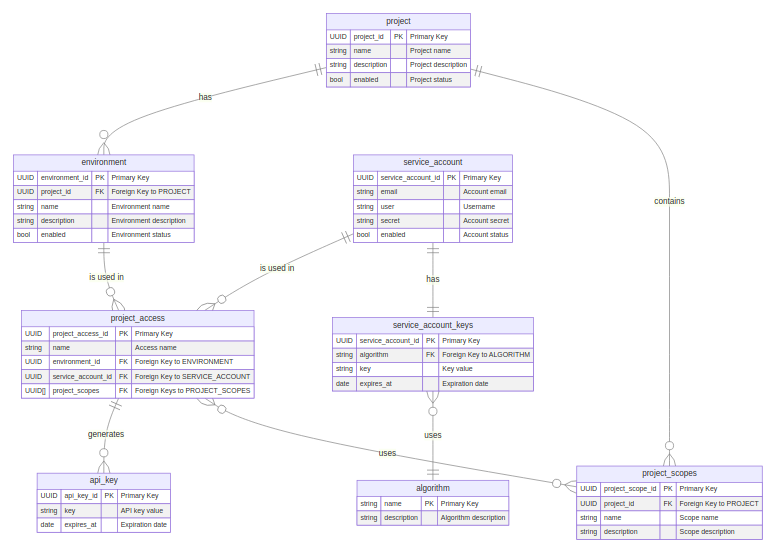
Above: docs/erd/erd.png in refactorartist/buraq (Mermaid), before the change. Its source is kept beside it as docs/erd/erd.mmd. The source it was exported from:
```mermaid
erDiagram
    algorithm {
        string name PK "Primary Key"
        string description "Algorithm description"
    }

    api_key {
        UUID api_key_id PK "Primary Key"
        string key "API key value"
        date expires_at "Expiration date"
    }

    environment {
        UUID environment_id PK "Primary Key"
        UUID project_id FK "Foreign Key to PROJECT"
        string name "Environment name"
        string description "Environment description"
        bool enabled "Environment status"
    }

    project {
        UUID project_id PK "Primary Key"
        string name "Project name"
        string description "Project description"
        bool enabled "Project status"
    }

    project_access {
        UUID project_access_id PK "Primary Key"
        string name "Access name"
        UUID environment_id FK "Foreign Key to ENVIRONMENT"
        UUID service_account_id FK "Foreign Key to SERVICE_ACCOUNT"
        UUID[] project_scopes FK "Foreign Keys to PROJECT_SCOPES"
    }

    project_scopes {
        UUID project_scope_id PK "Primary Key"
        UUID project_id FK "Foreign Key to PROJECT"
        string name "Scope name"
        string description "Scope description"
    }

    service_account {
        UUID service_account_id PK "Primary Key"
        string email "Account email"
        string user "Username"
        string secret "Account secret"
        bool enabled "Account status"
    }

    service_account_keys {
        UUID service_account_id PK "Primary Key"
        string algorithm FK "Foreign Key to ALGORITHM"
        string key "Key value"
        date expires_at "Expiration date"
    }

    project ||--o{ environment : "has"
    project ||--o{ project_scopes : "contains"
    service_account ||--o{ project_access : "is used in"
    service_account ||--|| service_account_keys : "has"
    environment ||--o{ project_access : "is used in"
    project_access ||--o{ api_key : "generates"
    project_access }o--o{ project_scopes : "uses"
    service_account_keys }o--|| algorithm : "uses"
```
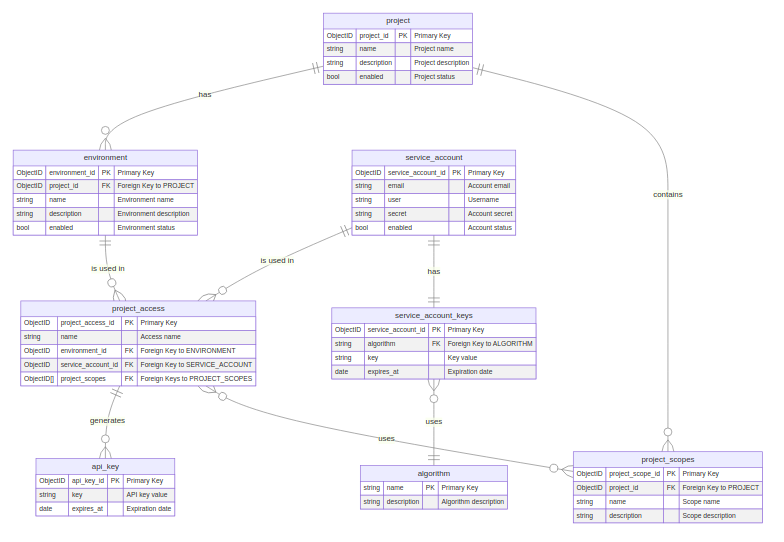
Later version of the same file.

Commit message:
Update ERD to use ObjectID for primary and foreign keys

Modified the entity-relationship diagram (ERD) in `erd.mmd` to replace UUID types with ObjectID for primary and foreign key fields. Updated the README to clarify the command for regenerating the diagram. This change aligns the schema with MongoDB standards and improves consistency across the project.

What changed in the source:
```diff
@@ -5,43 +5,43 @@
     }
 
     api_key {
-        UUID api_key_id PK "Primary Key"
+        ObjectID api_key_id PK "Primary Key"
         string key "API key value"
         date expires_at "Expiration date"
     }
 
     environment {
-        UUID environment_id PK "Primary Key"
-        UUID project_id FK "Foreign Key to PROJECT"
+        ObjectID environment_id PK "Primary Key"
+        ObjectID project_id FK "Foreign Key to PROJECT"
         string name "Environment name"
         string description "Environment description"
         bool enabled "Environment status"
     }
 
     project {
-        UUID project_id PK "Primary Key"
+        ObjectID project_id PK "Primary Key"
         string name "Project name"
         string description "Project description"
         bool enabled "Project status"
     }
 
     project_access {
-        UUID project_access_id PK "Primary Key"
+        ObjectID project_access_id PK "Primary Key"
         string name "Access name"
-        UUID environment_id FK "Foreign Key to ENVIRONMENT"
-        UUID service_account_id FK "Foreign Key to SERVICE_ACCOUNT"
-        UUID[] project_scopes FK "Foreign Keys to PROJECT_SCOPES"
+        ObjectID environment_id FK "Foreign Key to ENVIRONMENT"
+        ObjectID service_account_id FK "Foreign Key to SERVICE_ACCOUNT"
+        ObjectID[] project_scopes FK "Foreign Keys to PROJECT_SCOPES"
     }
 
     project_scopes {
-        UUID project_scope_id PK "Primary Key"
-        UUID project_id FK "Foreign Key to PROJECT"
+        ObjectID project_scope_id PK "Primary Key"
+        ObjectID project_id FK "Foreign Key to PROJECT"
         string name "Scope name"
         string description "Scope description"
     }
 
     service_account {
-        UUID service_account_id PK "Primary Key"
+        ObjectID service_account_id PK "Primary Key"
         string email "Account email"
         string user "Username"
         string secret "Account secret"
@@ -49,7 +49,7 @@
     }
 
     service_account_keys {
-        UUID service_account_id PK "Primary Key"
+        ObjectID service_account_id PK "Primary Key"
         string algorithm FK "Foreign Key to ALGORITHM"
         string key "Key value"
         date expires_at "Expiration date"
```
